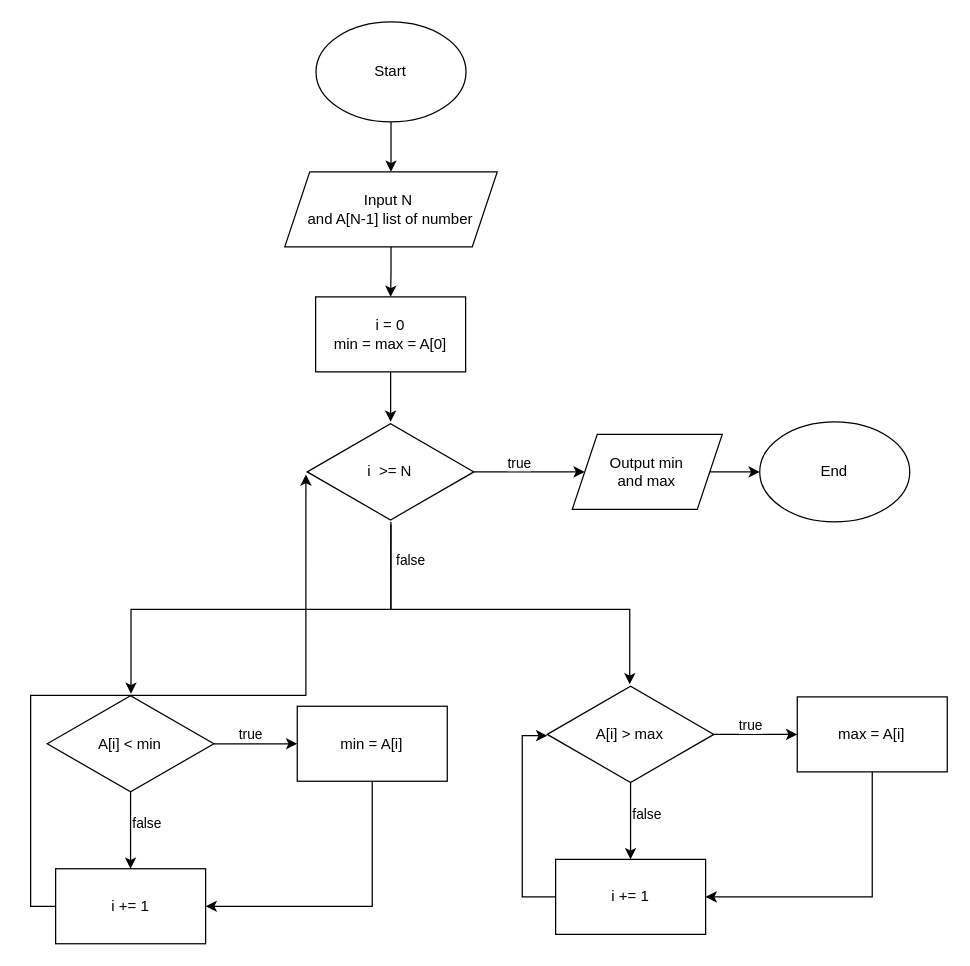
Above: page "Bài 10 (e)" (15 of 16) of drawio/Exercises_Week3-5.drawio in HerokeyVN/Temp (draw.io), before the change. Source tidied: cells renumbered, new cells numbered last; positions are measured from the earlier drawing's top-left corner, leaving out a move shared by most shapes. Both pictures are drawn from the tidied source at 125%, with x=0, y=0 at pixel (46, 21).
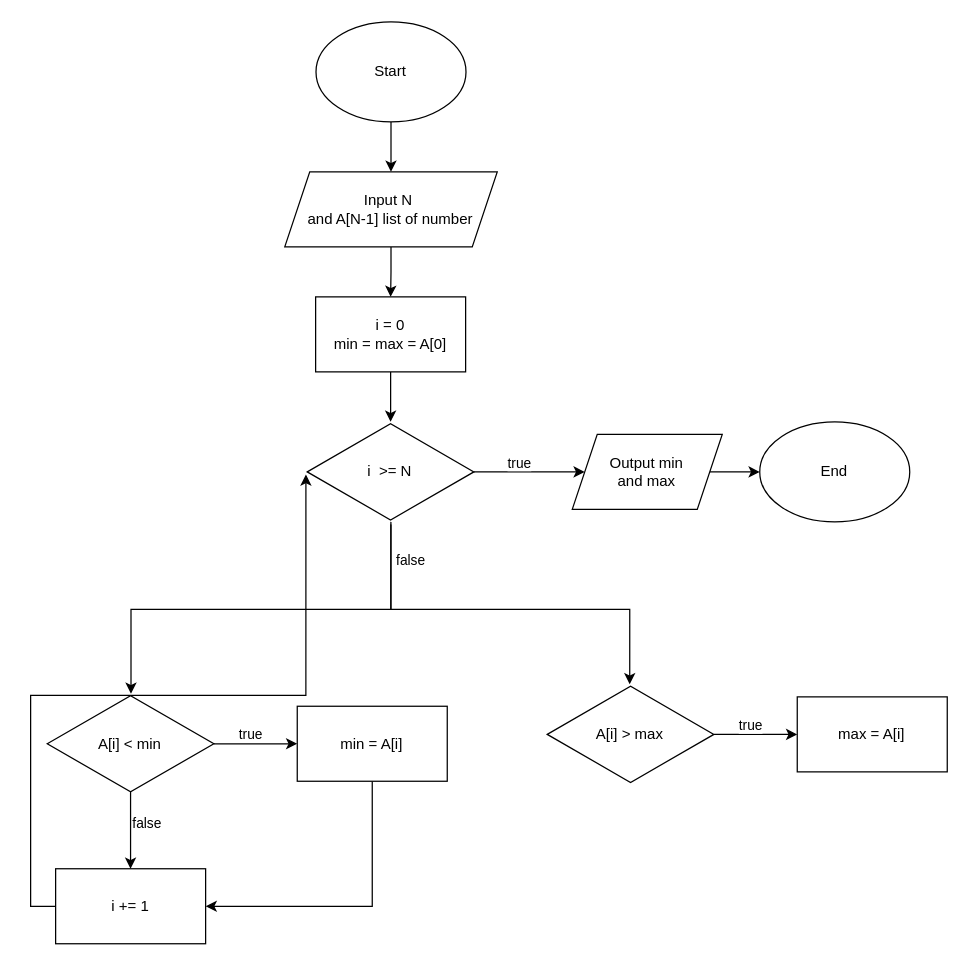
The same page after the edit.

Commit message:
Cập nhật Exercises_Week3-5.drawio

The change refers to these unchanged cells:
```xml
<mxCell id="28" value="A[i] &amp;gt; max" style="html=1;whiteSpace=wrap;shape=isoRectangle;" parent="1" vertex="1">
  <mxGeometry x="400.3" y="530" width="133.3" height="80" as="geometry" />
</mxCell>
<mxCell id="30" value="max = A[i]" style="rounded=0;whiteSpace=wrap;html=1;" parent="1" vertex="1">
  <mxGeometry x="600.3" y="540" width="120" height="60" as="geometry" />
</mxCell>
```

The edit, as a diff of the source:
```diff
@@
-    <mxCell id="23" value="&lt;div&gt;i += 1&lt;/div&gt;" style="whiteSpace=wrap;html=1;" parent="1" vertex="1">
-      <mxGeometry x="407" y="670" width="120" height="60" as="geometry" />
-    </mxCell>
-    <mxCell id="24" style="edgeStyle=orthogonalEdgeStyle;rounded=0;jettySize=auto;html=1;exitX=0.5;exitY=0.963;exitDx=0;exitDy=0;exitPerimeter=0;" parent="1" edge="1" source="28" target="23">
-      <mxGeometry relative="1" as="geometry" />
-    </mxCell>
-    <mxCell id="25" value="false" style="edgeLabel;html=1;align=center;verticalAlign=middle;" parent="24" vertex="1">
-      <mxGeometry x="-0.18" y="1" relative="1" as="geometry">
-        <mxPoint x="12" as="offset" />
-      </mxGeometry>
-    </mxCell>
@@
-    <mxCell id="29" style="edgeStyle=orthogonalEdgeStyle;rounded=0;jettySize=auto;html=1;exitX=0.5;exitY=1;exitDx=0;exitDy=0;entryX=1;entryY=0.5;entryDx=0;entryDy=0;" parent="1" edge="1" source="30" target="23">
-      <mxGeometry relative="1" as="geometry" />
-    </mxCell>
@@
-    <mxCell id="32" style="edgeStyle=orthogonalEdgeStyle;rounded=0;jettySize=auto;html=1;exitX=0;exitY=0.5;exitDx=0;exitDy=0;entryX=0;entryY=0.513;entryDx=0;entryDy=0;entryPerimeter=0;" parent="1" edge="1" source="23" target="28">
-      <mxGeometry relative="1" as="geometry" />
-    </mxCell>
```
